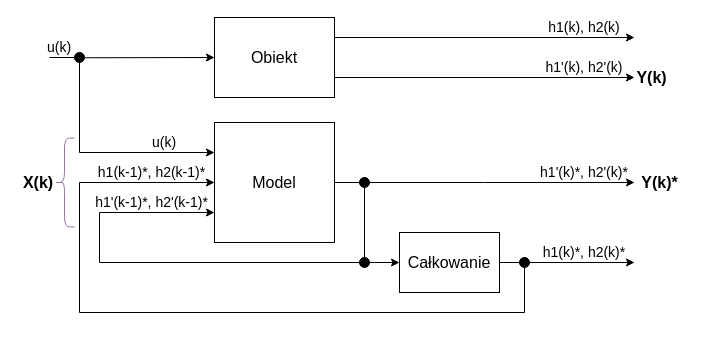
Earlier version of the draw.io diagram page "Strona-3" (3 of 3) of Obrazki/Schemat_projektu_ML.drawio (grzesiex22/Dynamic-System-Identification-and-Regulation-). Source tidied: cells renumbered, new cells numbered last; positions are measured from the earlier drawing's top-left corner, leaving out a move shared by most shapes. Both pictures are drawn from the tidied source at 100%, with x=0, y=0 at pixel (22, 17).
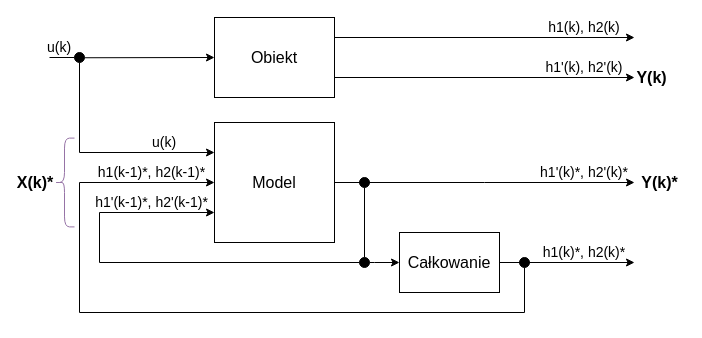
Above is the later version.

What changed in the source:
```diff
@@
-    <mxCell id="22" value="&lt;b style=&quot;font-size: 16px;&quot;&gt;&lt;font style=&quot;font-size: 16px;&quot;&gt;X(k)&lt;/font&gt;&lt;/b&gt;" style="text;html=1;strokeColor=none;fillColor=none;align=center;verticalAlign=middle;whiteSpace=wrap;rounded=0;fillStyle=solid;fontSize=16;" parent="1" vertex="1">
-      <mxGeometry y="155" width="32" height="20" as="geometry" />
+    <mxCell id="22" value="&lt;b style=&quot;font-size: 16px;&quot;&gt;&lt;font style=&quot;font-size: 16px;&quot;&gt;X(k)*&lt;/font&gt;&lt;/b&gt;" style="text;html=1;strokeColor=none;fillColor=none;align=center;verticalAlign=middle;whiteSpace=wrap;rounded=0;fillStyle=solid;fontSize=16;" parent="1" vertex="1">
+      <mxGeometry x="-3" y="155" width="32" height="20" as="geometry" />
     </mxCell>
```
